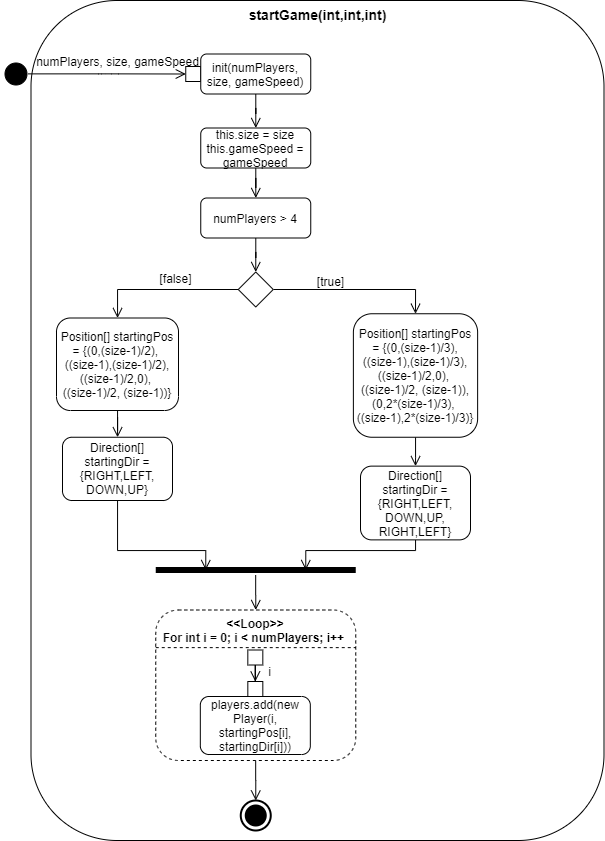
This is Doku/images/AD_startGame.png from KjellooMelloo/gameoftrons, a draw.io export, as it was before one commit. Source tidied: cells renumbered, new cells last; positions are measured from the earlier drawing's top-left corner, leaving out a move shared by most shapes.
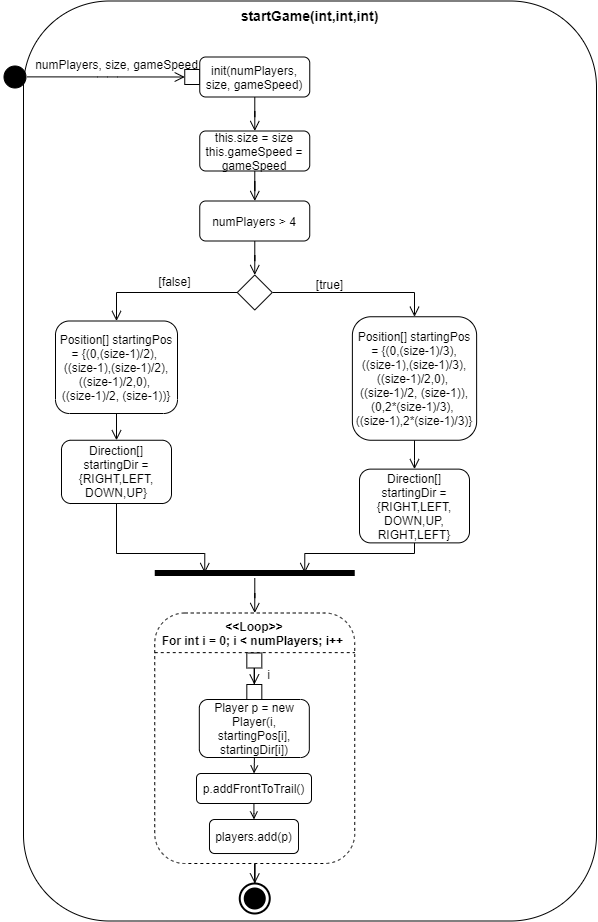
The same diagram one commit later.

The edit, as a diff of the source:
```diff
@@ -3,7 +3,7 @@
     <mxCell id="0" />
     <mxCell id="1" parent="0" />
     <mxCell id="2" value="&lt;b&gt;&lt;font style=&quot;font-size: 14px&quot;&gt;startGame(int,int,int)&lt;/font&gt;&lt;/b&gt;" style="rounded=1;whiteSpace=wrap;html=1;align=center;verticalAlign=top;" parent="1" vertex="1">
-      <mxGeometry x="30.5" width="573" height="840" as="geometry" />
+      <mxGeometry x="24" y="-2.5" width="573" height="920" as="geometry" />
     </mxCell>
     <mxCell id="3" style="ellipse;html=1;shape=startState;fillColor=#000000;strokeColor=#000000;align=center;" parent="1" vertex="1">
       <mxGeometry x="0.5" y="58.5" width="30" height="30" as="geometry" />
@@ -90,14 +90,17 @@
     <mxCell id="27" style="shape=line;html=1;strokeWidth=6;strokeColor=#000000;align=center;" parent="1" vertex="1">
       <mxGeometry x="155.2" y="564.5" width="200" height="10" as="geometry" />
     </mxCell>
-    <mxCell id="28" style="edgeStyle=orthogonalEdgeStyle;rounded=0;jettySize=auto;html=1;entryX=0.5;entryY=0;entryDx=0;entryDy=0;entryPerimeter=0;startArrow=none;startFill=0;endArrow=open;endFill=0;endSize=8;" parent="1" edge="1" source="29" target="36">
+    <mxCell id="28" style="edgeStyle=orthogonalEdgeStyle;rounded=0;jettySize=auto;html=1;entryX=0.5;entryY=0;entryDx=0;entryDy=0;entryPerimeter=0;startArrow=none;startFill=0;endArrow=open;endFill=0;endSize=8;" parent="1" edge="1" source="29" target="37">
       <mxGeometry relative="1" as="geometry" />
     </mxCell>
     <mxCell id="29" value="&lt;b&gt;&amp;lt;&amp;lt;Loop&amp;gt;&amp;gt;&lt;br&gt;For int i = 0; i &amp;lt; numPlayers; i++&amp;nbsp;&lt;br&gt;&lt;/b&gt;" style="shape=ext;rounded=1;html=1;whiteSpace=wrap;dashed=1;verticalAlign=top;align=center;" parent="1" vertex="1">
-      <mxGeometry x="155.2" y="609.5" width="200" height="150.5" as="geometry" />
+      <mxGeometry x="155.2" y="609.5" width="200" height="250.5" as="geometry" />
     </mxCell>
-    <mxCell id="30" style="endArrow=none;dashed=1;html=1;exitX=0;exitY=0.25;exitDx=0;exitDy=0;entryX=1;entryY=0.25;entryDx=0;entryDy=0;" parent="1" edge="1" source="29" target="29">
-      <mxGeometry relative="1" as="geometry" />
+    <mxCell id="30" style="endArrow=none;dashed=1;html=1;exitX=0;exitY=0.25;exitDx=0;exitDy=0;entryX=1;entryY=0.25;entryDx=0;entryDy=0;" parent="1" edge="1">
+      <mxGeometry relative="1" as="geometry">
+        <mxPoint x="155.2" y="649.1" as="sourcePoint" />
+        <mxPoint x="355.2" y="649.1" as="targetPoint" />
+      </mxGeometry>
     </mxCell>
     <mxCell id="31" style="edgeStyle=orthogonalEdgeStyle;rounded=0;jettySize=auto;html=1;endArrow=open;endFill=0;endSize=8;strokeColor=#000000;" parent="1" edge="1" target="32">
       <mxGeometry relative="1" as="geometry">
@@ -113,11 +116,36 @@
     <mxCell id="34" value="i" style="text;html=1;align=center;verticalAlign=middle;" parent="1" vertex="1">
       <mxGeometry x="259.1" y="661" width="20" height="20" as="geometry" />
     </mxCell>
-    <mxCell id="35" value="players.add(new Player(i, startingPos[i], startingDir[i]))" style="shape=rect;html=1;rounded=1;whiteSpace=wrap;align=center;" parent="1" vertex="1">
-      <mxGeometry x="199.8" y="696" width="110" height="58" as="geometry" />
+    <mxCell id="35" style="edgeStyle=orthogonalEdgeStyle;rounded=0;jettySize=auto;html=1;entryX=0.5;entryY=0;entryDx=0;entryDy=0;endArrow=open;endFill=0;" parent="1" edge="1" source="36" target="39">
+      <mxGeometry relative="1" as="geometry">
+        <Array as="points">
+          <mxPoint x="255" y="760" />
+          <mxPoint x="255" y="760" />
+        </Array>
+      </mxGeometry>
     </mxCell>
-    <mxCell id="36" style="html=1;shape=mxgraph.sysml.actFinal;strokeWidth=2;verticalLabelPosition=bottom;verticalAlignment=top;align=center;rounded=0;" parent="1" vertex="1">
-      <mxGeometry x="240.2" y="800" width="30" height="30" as="geometry" />
+    <mxCell id="36" value="&lt;span style=&quot;white-space: normal&quot;&gt;Player p = new Player(i, startingPos[i], startingDir[i])&lt;/span&gt;" style="shape=rect;html=1;rounded=1;whiteSpace=wrap;align=center;" parent="1" vertex="1">
+      <mxGeometry x="199.8" y="696" width="110" height="58" as="geometry" />
     </mxCell>
+    <mxCell id="37" style="html=1;shape=mxgraph.sysml.actFinal;strokeWidth=2;verticalLabelPosition=bottom;verticalAlignment=top;align=center;rounded=0;" parent="1" vertex="1">
+      <mxGeometry x="240.2" y="880" width="30" height="30" as="geometry" />
+    </mxCell>
+    <mxCell id="38" style="edgeStyle=orthogonalEdgeStyle;rounded=0;jettySize=auto;html=1;entryX=0.5;entryY=0;entryDx=0;entryDy=0;endArrow=open;endFill=0;" parent="1" edge="1" source="39" target="40">
+      <mxGeometry relative="1" as="geometry">
+        <Array as="points">
+          <mxPoint x="255" y="810" />
+          <mxPoint x="255" y="810" />
+        </Array>
+      </mxGeometry>
+    </mxCell>
+    <mxCell id="39" value="p.addFrontToTrail()" style="shape=rect;html=1;rounded=1;whiteSpace=wrap;align=center;" parent="1" vertex="1">
+      <mxGeometry x="197" y="770" width="115" height="30" as="geometry" />
+    </mxCell>
+    <mxCell id="40" value="players.add(p)" style="shape=rect;html=1;rounded=1;whiteSpace=wrap;align=center;" parent="1" vertex="1">
+      <mxGeometry x="210" y="816" width="89" height="34" as="geometry" />
+    </mxCell>
+    <mxCell id="41" style="edgeStyle=orthogonalEdgeStyle;rounded=0;orthogonalLoop=1;jettySize=auto;html=1;exitX=0.5;exitY=1;exitDx=0;exitDy=0;" parent="1" edge="1" source="39" target="39">
+      <mxGeometry relative="1" as="geometry" />
+    </mxCell>
   </root>
 </mxGraphModel>
```
